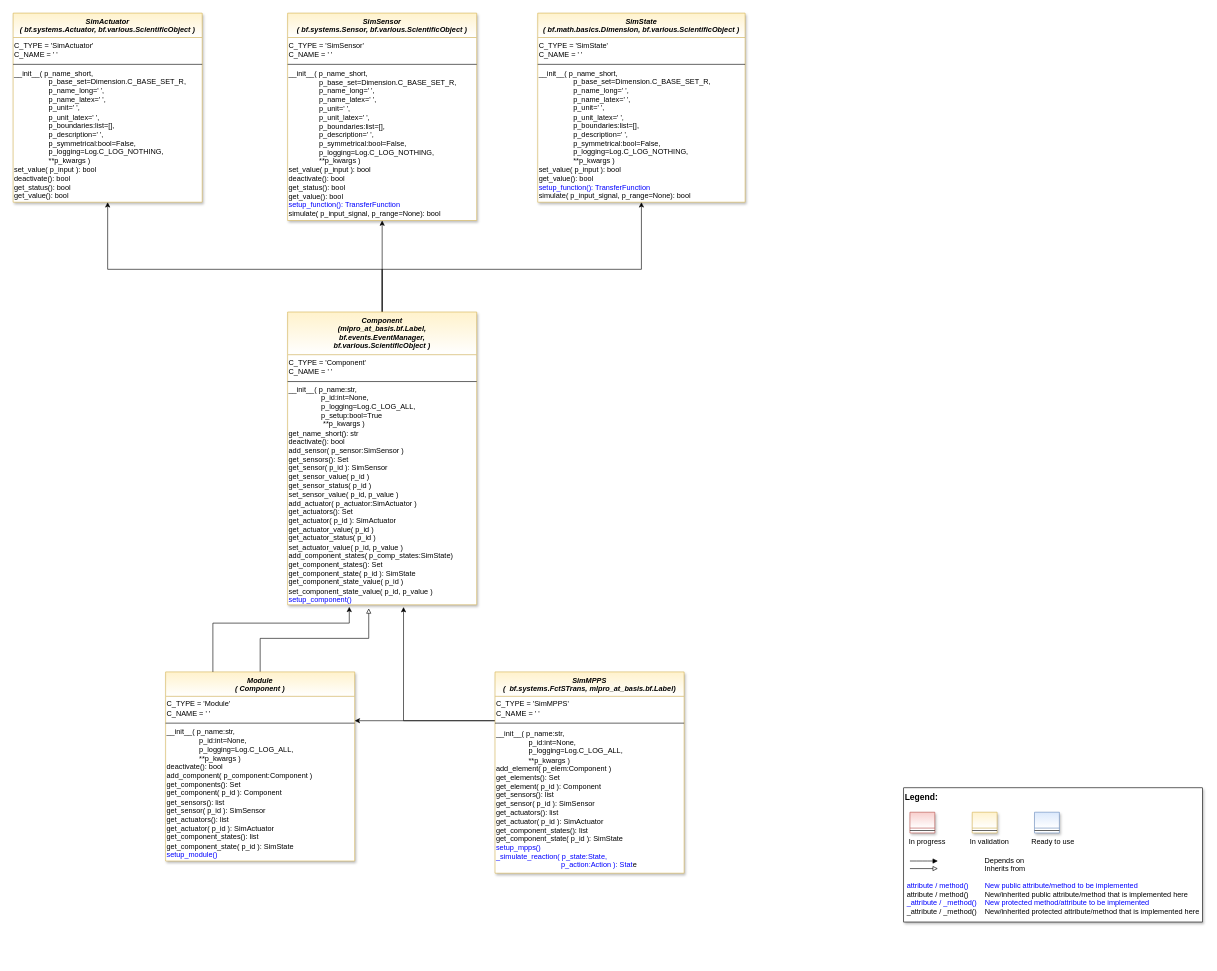
This is doc/class_diagram/mlpro_sim_mpps.drawio from fhswf/MLPro-MPPS, a draw.io file, before an edit. Source tidied: cells renumbered, new cells numbered last; positions are measured from the earlier drawing's top-left corner, leaving out a move shared by most shapes. Both pictures are drawn from the tidied source at 61%, with x=0, y=0 at pixel (13, 13).
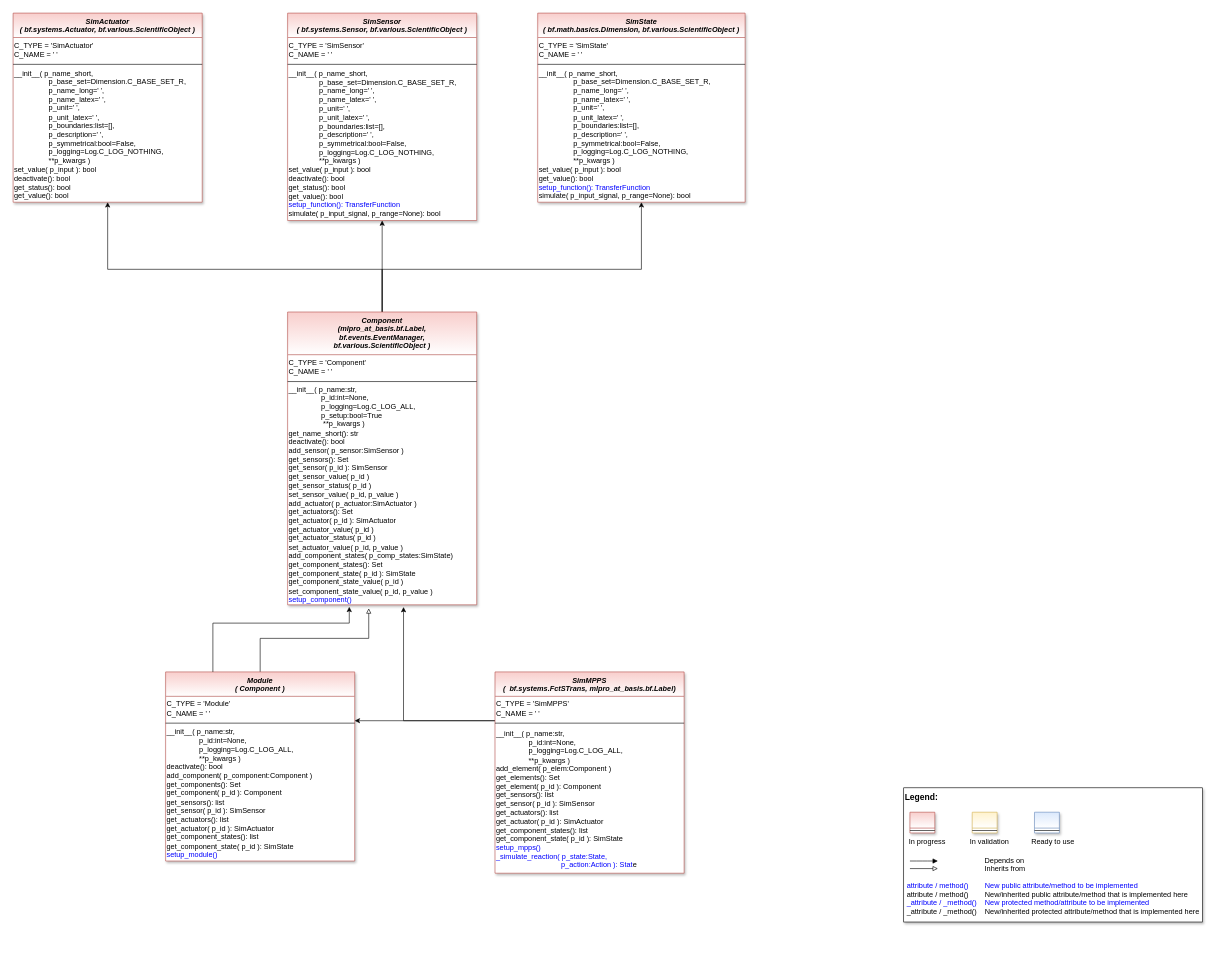
The same diagram, later.

Commit message (it also covers changes not shown here):
update classs diagram

Diff of the diagram source:
```diff
@@
-    <mxCell id="12" value="SimActuator&#10;( bf.systems.Actuator, bf.various.ScientificObject )" style="swimlane;fontStyle=3;align=center;verticalAlign=top;horizontal=1;startSize=40;rounded=0;shadow=1;strokeWidth=1;fillColor=#fff2cc;strokeColor=#d6b656;swimlaneFillColor=#ffffff;gradientColor=#FFFFFF;" parent="1" vertex="1">
+    <mxCell id="12" value="SimActuator&#10;( bf.systems.Actuator, bf.various.ScientificObject )" style="swimlane;fontStyle=3;align=center;verticalAlign=top;horizontal=1;startSize=40;rounded=0;shadow=1;strokeWidth=1;fillColor=#f8cecc;strokeColor=#b85450;swimlaneFillColor=#ffffff;gradientColor=#FFFFFF;" parent="1" vertex="1">
       <mxGeometry width="310" height="310" as="geometry" />
     </mxCell>
@@
-    <mxCell id="16" value="SimSensor&#10;( bf.systems.Sensor, bf.various.ScientificObject )" style="swimlane;fontStyle=3;align=center;verticalAlign=top;horizontal=1;startSize=40;rounded=0;shadow=1;strokeWidth=1;fillColor=#fff2cc;strokeColor=#d6b656;swimlaneFillColor=#ffffff;gradientColor=#FFFFFF;" parent="1" vertex="1">
+    <mxCell id="16" value="SimSensor&#10;( bf.systems.Sensor, bf.various.ScientificObject )" style="swimlane;fontStyle=3;align=center;verticalAlign=top;horizontal=1;startSize=40;rounded=0;shadow=1;strokeWidth=1;fillColor=#f8cecc;strokeColor=#b85450;swimlaneFillColor=#ffffff;gradientColor=#FFFFFF;" parent="1" vertex="1">
       <mxGeometry x="450" width="310" height="340" as="geometry" />
     </mxCell>
@@
-    <mxCell id="20" value="SimState&#10;( bf.math.basics.Dimension, bf.various.ScientificObject )" style="swimlane;fontStyle=3;align=center;verticalAlign=top;horizontal=1;startSize=40;rounded=0;shadow=1;strokeWidth=1;fillColor=#fff2cc;strokeColor=#d6b656;swimlaneFillColor=#ffffff;gradientColor=#FFFFFF;" parent="1" vertex="1">
+    <mxCell id="20" value="SimState&#10;( bf.math.basics.Dimension, bf.various.ScientificObject )" style="swimlane;fontStyle=3;align=center;verticalAlign=top;horizontal=1;startSize=40;rounded=0;shadow=1;strokeWidth=1;fillColor=#f8cecc;strokeColor=#b85450;swimlaneFillColor=#ffffff;gradientColor=#FFFFFF;" parent="1" vertex="1">
       <mxGeometry x="860" width="340" height="310" as="geometry" />
     </mxCell>
@@
-    <mxCell id="27" value="Component&#10;(mlpro_at_basis.bf.Label,&#10;bf.events.EventManager,&#10;bf.various.ScientificObject )" style="swimlane;fontStyle=3;align=center;verticalAlign=top;horizontal=1;startSize=70;rounded=0;shadow=1;strokeWidth=1;fillColor=#fff2cc;strokeColor=#d6b656;swimlaneFillColor=#ffffff;gradientColor=#FFFFFF;" parent="1" vertex="1">
+    <mxCell id="27" value="Component&#10;(mlpro_at_basis.bf.Label,&#10;bf.events.EventManager,&#10;bf.various.ScientificObject )" style="swimlane;fontStyle=3;align=center;verticalAlign=top;horizontal=1;startSize=70;rounded=0;shadow=1;strokeWidth=1;fillColor=#f8cecc;strokeColor=#b85450;swimlaneFillColor=#ffffff;gradientColor=#FFFFFF;" parent="1" vertex="1">
       <mxGeometry x="450" y="490" width="310" height="480" as="geometry" />
     </mxCell>
@@
-    <mxCell id="32" value="Module&#10;( Component )" style="swimlane;fontStyle=3;align=center;verticalAlign=top;horizontal=1;startSize=40;rounded=0;shadow=1;strokeWidth=1;fillColor=#fff2cc;strokeColor=#d6b656;swimlaneFillColor=#ffffff;gradientColor=#FFFFFF;" parent="1" vertex="1">
+    <mxCell id="32" value="Module&#10;( Component )" style="swimlane;fontStyle=3;align=center;verticalAlign=top;horizontal=1;startSize=40;rounded=0;shadow=1;strokeWidth=1;fillColor=#f8cecc;strokeColor=#b85450;swimlaneFillColor=#ffffff;gradientColor=#FFFFFF;" parent="1" vertex="1">
       <mxGeometry x="250" y="1080" width="310" height="310" as="geometry" />
     </mxCell>
@@
-    <mxCell id="38" value="SimMPPS&#10;(  bf.systems.FctSTrans, mlpro_at_basis.bf.Label)" style="swimlane;fontStyle=3;align=center;verticalAlign=top;horizontal=1;startSize=40;rounded=0;shadow=1;strokeWidth=1;fillColor=#fff2cc;strokeColor=#d6b656;swimlaneFillColor=#ffffff;gradientColor=#FFFFFF;" parent="1" vertex="1">
+    <mxCell id="38" value="SimMPPS&#10;(  bf.systems.FctSTrans, mlpro_at_basis.bf.Label)" style="swimlane;fontStyle=3;align=center;verticalAlign=top;horizontal=1;startSize=40;rounded=0;shadow=1;strokeWidth=1;fillColor=#f8cecc;strokeColor=#b85450;swimlaneFillColor=#ffffff;gradientColor=#FFFFFF;" parent="1" vertex="1">
       <mxGeometry x="790" y="1080" width="310" height="330" as="geometry" />
     </mxCell>
```
